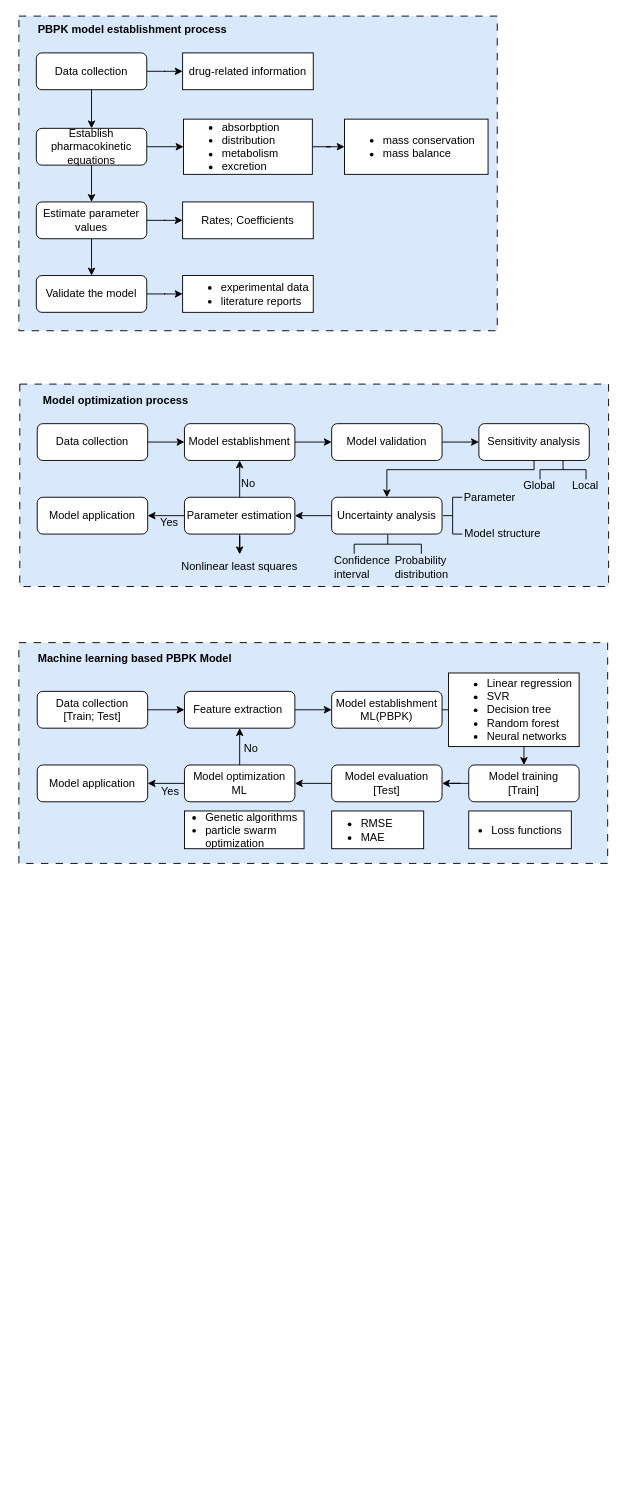
jizhang02/Figure-Factory keeps this draw.io diagram as page "PBPK_model" (6 of 7) of Fig_CS/treatment.drawio. Above is the earlier version. Source tidied: cells renumbered, new cells numbered last; positions are measured from the earlier drawing's top-left corner, leaving out a move shared by most shapes. Both pictures are drawn from the tidied source at 92%, with x=0, y=0 at pixel (18, 16).
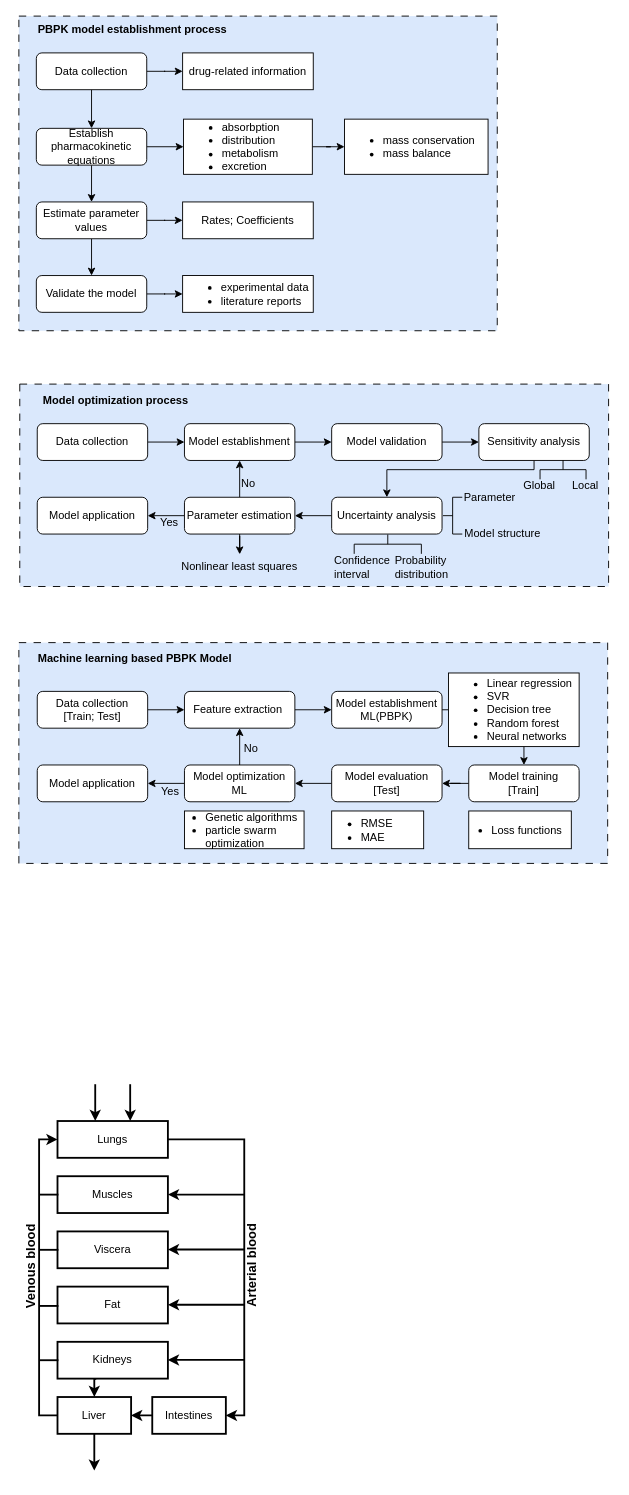
Above is the later version.

The edit, as a diff of the source:
```diff
@@
+    <mxCell id="74" style="group;" parent="1" vertex="1">
+      <mxGeometry x="-3" y="1161" width="303" height="420" as="geometry" />
+    </mxCell>
+    <mxCell id="75" value="Lungs" style="rounded=0;whiteSpace=wrap;html=1;strokeWidth=2;" parent="74" vertex="1">
+      <mxGeometry x="45" y="40" width="120" height="40" as="geometry" />
+    </mxCell>
+    <mxCell id="76" value="Muscles" style="rounded=0;whiteSpace=wrap;html=1;strokeWidth=2;" parent="74" vertex="1">
+      <mxGeometry x="45" y="100" width="120" height="40" as="geometry" />
+    </mxCell>
+    <mxCell id="77" value="Viscera" style="rounded=0;whiteSpace=wrap;html=1;strokeWidth=2;" parent="74" vertex="1">
+      <mxGeometry x="45" y="160" width="120" height="40" as="geometry" />
+    </mxCell>
+    <mxCell id="78" value="Fat" style="rounded=0;whiteSpace=wrap;html=1;strokeWidth=2;" parent="74" vertex="1">
+      <mxGeometry x="45" y="220" width="120" height="40" as="geometry" />
+    </mxCell>
+    <mxCell id="79" value="Kidneys" style="rounded=0;whiteSpace=wrap;html=1;strokeWidth=2;" parent="74" vertex="1">
+      <mxGeometry x="45" y="280" width="120" height="40" as="geometry" />
+    </mxCell>
+    <mxCell id="80" style="edgeStyle=orthogonalEdgeStyle;rounded=0;jettySize=auto;html=1;entryX=0;entryY=0.5;entryDx=0;entryDy=0;strokeWidth=2;" parent="74" edge="1" source="81" target="75">
+      <mxGeometry relative="1" as="geometry">
+        <Array as="points">
+          <mxPoint x="25" y="360" />
+          <mxPoint x="25" y="60" />
+        </Array>
+      </mxGeometry>
+    </mxCell>
+    <mxCell id="81" value="Liver" style="rounded=0;whiteSpace=wrap;html=1;strokeWidth=2;" parent="74" vertex="1">
+      <mxGeometry x="45" y="340" width="80" height="40" as="geometry" />
+    </mxCell>
+    <mxCell id="82" style="edgeStyle=orthogonalEdgeStyle;rounded=0;jettySize=auto;html=1;exitX=0.351;exitY=1.009;exitDx=0;exitDy=0;exitPerimeter=0;strokeWidth=2;" parent="74" edge="1" source="79" target="81">
+      <mxGeometry relative="1" as="geometry">
+        <Array as="points">
+          <mxPoint x="85" y="320" />
+        </Array>
+      </mxGeometry>
+    </mxCell>
+    <mxCell id="83" style="edgeStyle=orthogonalEdgeStyle;rounded=0;jettySize=auto;html=1;strokeWidth=2;" parent="74" edge="1" source="84" target="81">
+      <mxGeometry relative="1" as="geometry" />
+    </mxCell>
+    <mxCell id="84" value="Intestines" style="rounded=0;whiteSpace=wrap;html=1;strokeWidth=2;" parent="74" vertex="1">
+      <mxGeometry x="148" y="340" width="80" height="40" as="geometry" />
+    </mxCell>
+    <mxCell id="85" style="edgeStyle=orthogonalEdgeStyle;rounded=0;jettySize=auto;html=1;entryX=1;entryY=0.5;entryDx=0;entryDy=0;exitX=1;exitY=0.5;exitDx=0;exitDy=0;strokeWidth=2;" parent="74" edge="1" source="75" target="84">
+      <mxGeometry relative="1" as="geometry" />
+    </mxCell>
+    <mxCell id="86" style="endArrow=classic;html=1;rounded=0;strokeWidth=2;entryX=1;entryY=0.5;entryDx=0;entryDy=0;" parent="74" edge="1" target="76">
+      <mxGeometry relative="1" as="geometry">
+        <mxPoint x="248" y="120" as="sourcePoint" />
+      </mxGeometry>
+    </mxCell>
+    <mxCell id="87" style="endArrow=classic;html=1;rounded=0;strokeWidth=2;entryX=1;entryY=0.5;entryDx=0;entryDy=0;" parent="74" edge="1">
+      <mxGeometry relative="1" as="geometry">
+        <mxPoint x="248" y="179.7" as="sourcePoint" />
+        <mxPoint x="165" y="179.7" as="targetPoint" />
+      </mxGeometry>
+    </mxCell>
+    <mxCell id="88" style="endArrow=classic;html=1;rounded=0;strokeWidth=2;entryX=1;entryY=0.5;entryDx=0;entryDy=0;" parent="74" edge="1">
+      <mxGeometry relative="1" as="geometry">
+        <mxPoint x="248" y="239.7" as="sourcePoint" />
+        <mxPoint x="165" y="239.7" as="targetPoint" />
+      </mxGeometry>
+    </mxCell>
+    <mxCell id="89" style="endArrow=classic;html=1;rounded=0;strokeWidth=2;entryX=1;entryY=0.5;entryDx=0;entryDy=0;" parent="74" edge="1">
+      <mxGeometry relative="1" as="geometry">
+        <mxPoint x="248" y="299.7" as="sourcePoint" />
+        <mxPoint x="165" y="299.7" as="targetPoint" />
+      </mxGeometry>
+    </mxCell>
+    <mxCell id="90" style="endArrow=classic;html=1;rounded=0;strokeWidth=2;entryX=0.25;entryY=0;entryDx=0;entryDy=0;" parent="74" edge="1">
+      <mxGeometry relative="1" as="geometry">
+        <mxPoint x="86" as="sourcePoint" />
+        <mxPoint x="86" y="40" as="targetPoint" />
+      </mxGeometry>
+    </mxCell>
+    <mxCell id="91" style="endArrow=classic;html=1;rounded=0;strokeWidth=2;entryX=0.25;entryY=0;entryDx=0;entryDy=0;" parent="74" edge="1">
+      <mxGeometry relative="1" as="geometry">
+        <mxPoint x="124" as="sourcePoint" />
+        <mxPoint x="124" y="40" as="targetPoint" />
+      </mxGeometry>
+    </mxCell>
+    <mxCell id="92" style="endArrow=classic;html=1;rounded=0;strokeWidth=2;" parent="74" edge="1">
+      <mxGeometry relative="1" as="geometry">
+        <mxPoint x="85" y="380" as="sourcePoint" />
+        <mxPoint x="85" y="420" as="targetPoint" />
+      </mxGeometry>
+    </mxCell>
+    <mxCell id="93" value="&lt;font style=&quot;font-size: 14px;&quot;&gt;Venous blood&lt;/font&gt;" style="text;html=1;strokeColor=none;fillColor=none;align=center;verticalAlign=middle;whiteSpace=wrap;rounded=0;rotation=-90;fontStyle=1;" parent="74" vertex="1">
+      <mxGeometry x="-32.5" y="183.5" width="97" height="30" as="geometry" />
+    </mxCell>
+    <mxCell id="94" value="&lt;font style=&quot;font-size: 14px;&quot;&gt;Arterial blood&lt;/font&gt;" style="text;html=1;strokeColor=none;fillColor=none;align=center;verticalAlign=middle;whiteSpace=wrap;rounded=0;rotation=-90;fontStyle=1;" parent="74" vertex="1">
+      <mxGeometry x="209" y="182" width="94" height="30" as="geometry" />
+    </mxCell>
+    <mxCell id="95" style="endArrow=none;html=1;rounded=0;fontSize=12;strokeWidth=2;" parent="74" edge="1">
+      <mxGeometry relative="1" as="geometry">
+        <mxPoint x="25" y="300" as="sourcePoint" />
+        <mxPoint x="46" y="300" as="targetPoint" />
+      </mxGeometry>
+    </mxCell>
+    <mxCell id="96" style="endArrow=none;html=1;rounded=0;fontSize=12;strokeWidth=2;" parent="74" edge="1">
+      <mxGeometry relative="1" as="geometry">
+        <mxPoint x="25" y="241" as="sourcePoint" />
+        <mxPoint x="46" y="241" as="targetPoint" />
+      </mxGeometry>
+    </mxCell>
+    <mxCell id="97" style="endArrow=none;html=1;rounded=0;fontSize=12;strokeWidth=2;" parent="74" edge="1">
+      <mxGeometry relative="1" as="geometry">
+        <mxPoint x="25" y="180" as="sourcePoint" />
+        <mxPoint x="46" y="180" as="targetPoint" />
+      </mxGeometry>
+    </mxCell>
+    <mxCell id="98" style="endArrow=none;html=1;rounded=0;fontSize=12;strokeWidth=2;" parent="74" edge="1">
+      <mxGeometry relative="1" as="geometry">
+        <mxPoint x="25" y="120" as="sourcePoint" />
+        <mxPoint x="46" y="120" as="targetPoint" />
+      </mxGeometry>
+    </mxCell>
```
